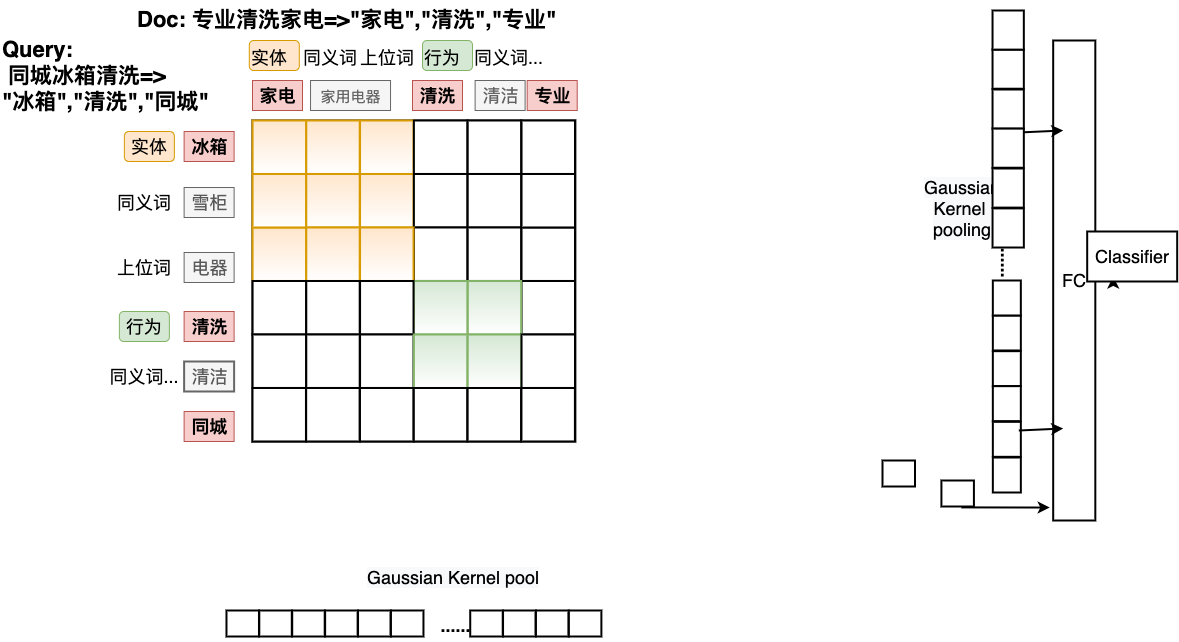
gouxute/leetcode keeps this draw.io diagram as Untitled Diagram.png. Above is the earlier version. Source tidied: cells renumbered, new cells last; positions are measured from the earlier drawing's top-left corner, leaving out a move shared by most shapes.
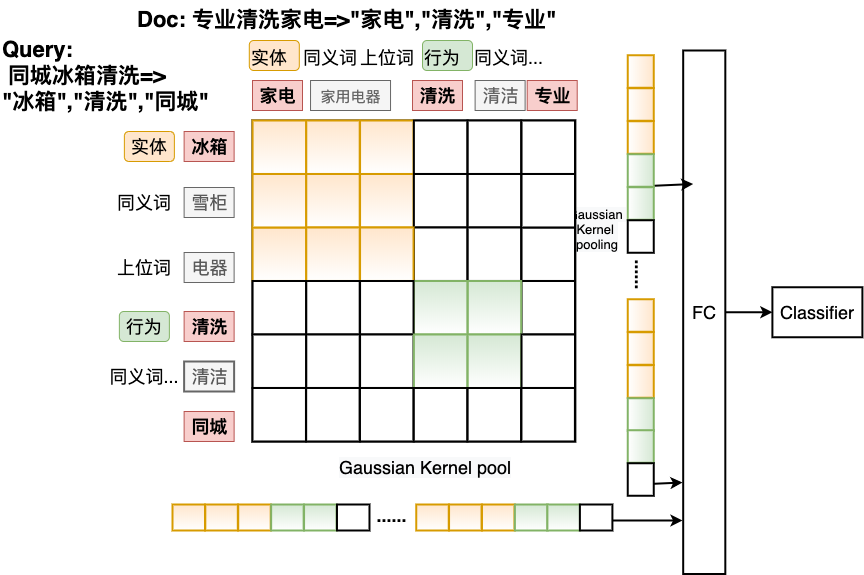
Above is the later version.

Diff of the diagram source:
```diff
@@ -68,19 +68,17 @@
     <mxCell id="23" value="&lt;div style=&quot;text-align: center ; font-size: 22px&quot;&gt;&lt;span style=&quot;font-size: 22px&quot;&gt;&lt;font face=&quot;helvetica&quot; style=&quot;font-size: 22px&quot;&gt;&lt;b style=&quot;font-size: 22px&quot;&gt;Doc: 专业清洗家电=&amp;gt;&quot;家电&quot;,&quot;清洗&quot;,&quot;专业&quot;&lt;/b&gt;&lt;/font&gt;&lt;/span&gt;&lt;/div&gt;" style="text;whiteSpace=wrap;html=1;fontSize=22;labelBackgroundColor=none;" parent="1" vertex="1">
       <mxGeometry x="134.9" width="440" height="30" as="geometry" />
     </mxCell>
-    <mxCell id="24" value="&lt;span style=&quot;color: rgb(0 , 0 , 0) ; font-family: &amp;#34;helvetica&amp;#34; ; font-size: 18px ; font-style: normal ; font-weight: 400 ; letter-spacing: normal ; text-indent: 0px ; text-transform: none ; word-spacing: 0px ; background-color: rgb(248 , 249 , 250) ; display: inline ; float: none&quot;&gt;Gaussian Kernel &lt;br&gt;pooling&lt;/span&gt;" style="text;whiteSpace=wrap;html=1;fontSize=18;align=center;" parent="1" vertex="1">
-      <mxGeometry x="896.7" y="170" width="130" height="40" as="geometry" />
+    <mxCell id="24" value="&lt;span style=&quot;color: rgb(0 , 0 , 0) ; font-family: &amp;#34;helvetica&amp;#34; ; font-size: 13px ; font-style: normal ; font-weight: 400 ; letter-spacing: normal ; text-indent: 0px ; text-transform: none ; word-spacing: 0px ; background-color: rgb(248 , 249 , 250) ; display: inline ; float: none&quot;&gt;Gaussian &lt;br&gt;Kernel &lt;br style=&quot;font-size: 13px&quot;&gt;pooling&lt;/span&gt;" style="text;whiteSpace=wrap;html=1;fontSize=13;align=center;" parent="1" vertex="1">
+      <mxGeometry x="552" y="200" width="90" height="40" as="geometry" />
     </mxCell>
-    <mxCell id="25" style="edgeStyle=orthogonalEdgeStyle;rounded=0;jettySize=auto;html=1;exitX=1;exitY=0.5;exitDx=0;exitDy=0;entryX=0;entryY=0.5;entryDx=0;entryDy=0;fontSize=18;strokeWidth=2;" parent="1" edge="1" source="26">
-      <mxGeometry relative="1" as="geometry">
-        <mxPoint x="1112.7" y="276" as="targetPoint" />
-      </mxGeometry>
+    <mxCell id="25" style="edgeStyle=orthogonalEdgeStyle;rounded=0;jettySize=auto;html=1;exitX=1;exitY=0.5;exitDx=0;exitDy=0;fontSize=18;strokeWidth=2;entryX=0;entryY=0.5;entryDx=0;entryDy=0;" parent="1" edge="1" source="26" target="27">
+      <mxGeometry relative="1" as="geometry" />
     </mxCell>
     <mxCell id="26" value="FC" style="whiteSpace=wrap;html=1;rounded=0;labelBackgroundColor=none;gradientColor=none;fontSize=18;align=center;glass=0;strokeWidth=2;" parent="1" vertex="1">
-      <mxGeometry x="1052.7" y="40" width="42.1" height="480" as="geometry" />
+      <mxGeometry x="682.7" y="50" width="42.1" height="523.5" as="geometry" />
     </mxCell>
     <mxCell id="27" value="Classifier" style="whiteSpace=wrap;html=1;rounded=0;glass=0;labelBackgroundColor=none;gradientColor=none;fontSize=18;align=center;strokeWidth=2;" parent="1" vertex="1">
-      <mxGeometry x="1086.7" y="231" width="90" height="50" as="geometry" />
+      <mxGeometry x="771.9" y="286.8" width="90" height="50" as="geometry" />
     </mxCell>
     <mxCell id="28" value="&lt;div style=&quot;text-align: justify ; font-size: 22px&quot;&gt;&lt;font face=&quot;helvetica&quot; style=&quot;font-size: 22px&quot;&gt;&lt;b style=&quot;font-size: 22px&quot;&gt;Query:&lt;/b&gt;&lt;/font&gt;&lt;/div&gt;&lt;div style=&quot;text-align: justify ; font-size: 22px&quot;&gt;&lt;font face=&quot;helvetica&quot; style=&quot;font-size: 22px&quot;&gt;&lt;b style=&quot;font-size: 22px&quot;&gt;&amp;nbsp;同城冰箱清洗=&amp;gt;&lt;/b&gt;&lt;/font&gt;&lt;b style=&quot;font-family: &amp;#34;helvetica&amp;#34;&quot;&gt;&amp;nbsp;&lt;/b&gt;&lt;/div&gt;&lt;div style=&quot;text-align: justify ; font-size: 22px&quot;&gt;&lt;b style=&quot;font-family: &amp;#34;helvetica&amp;#34;&quot;&gt;&quot;冰箱&quot;,&quot;清洗&quot;,&quot;&lt;/b&gt;&lt;b style=&quot;font-family: &amp;#34;helvetica&amp;#34;&quot;&gt;同城&lt;/b&gt;&lt;b style=&quot;font-family: &amp;#34;helvetica&amp;#34;&quot;&gt;&quot;&lt;/b&gt;&lt;/div&gt;" style="text;whiteSpace=wrap;html=1;fontSize=22;labelBackgroundColor=none;" parent="1" vertex="1">
       <mxGeometry x="-0.1" y="30" width="226.1" height="90" as="geometry" />
@@ -89,109 +87,26 @@
       <mxGeometry x="252" y="120" width="322.9" height="321" as="geometry" />
     </mxCell>
     <mxCell id="30" value="&lt;meta charset=&quot;utf-8&quot;&gt;&lt;span style=&quot;color: rgb(0, 0, 0); font-family: helvetica; font-size: 18px; font-style: normal; font-weight: 400; letter-spacing: normal; text-align: center; text-indent: 0px; text-transform: none; word-spacing: 0px; background-color: rgb(248, 249, 250); display: inline; float: none;&quot;&gt;Gaussian Kernel pool&lt;/span&gt;" style="text;whiteSpace=wrap;html=1;fontSize=18;strokeWidth=2;" parent="1" vertex="1">
-      <mxGeometry x="365" y="560" width="200" height="40" as="geometry" />
+      <mxGeometry x="337" y="450" width="200" height="40" as="geometry" />
     </mxCell>
-    <mxCell id="31" value="......" style="text;html=1;align=center;verticalAlign=middle;fontSize=18;fontStyle=1;rotation=90;strokeWidth=2;" parent="1" vertex="1">
-      <mxGeometry x="982.7" y="247" width="50" height="30" as="geometry" />
-    </mxCell>
-    <mxCell id="32" style="group;strokeWidth=2;" parent="1" vertex="1">
-      <mxGeometry x="992.1" y="10" width="31.3" height="237" as="geometry" />
-    </mxCell>
-    <mxCell id="33" style="whiteSpace=wrap;html=1;rotation=90;strokeWidth=2;" parent="32" vertex="1">
-      <mxGeometry x="-3.9" y="43" width="39.1" height="31.3" as="geometry" />
-    </mxCell>
-    <mxCell id="34" style="whiteSpace=wrap;html=1;rotation=90;strokeWidth=2;" parent="32" vertex="1">
-      <mxGeometry x="-3.9" y="82.9" width="39.1" height="31.3" as="geometry" />
-    </mxCell>
-    <mxCell id="35" style="whiteSpace=wrap;html=1;rotation=90;strokeWidth=2;" parent="32" vertex="1">
-      <mxGeometry x="-3.9" y="122" width="39.1" height="31.3" as="geometry" />
-    </mxCell>
-    <mxCell id="36" style="whiteSpace=wrap;html=1;rotation=90;strokeWidth=2;" parent="32" vertex="1">
-      <mxGeometry x="-3.9" y="161.9" width="39.1" height="31.3" as="geometry" />
-    </mxCell>
-    <mxCell id="37" style="whiteSpace=wrap;html=1;rotation=90;strokeWidth=2;" parent="32" vertex="1">
-      <mxGeometry x="-3.9" y="201.8" width="39.1" height="31.3" as="geometry" />
-    </mxCell>
-    <mxCell id="38" style="whiteSpace=wrap;html=1;rotation=90;strokeWidth=2;" parent="32" vertex="1">
-      <mxGeometry x="-3.9" y="3.9" width="39.1" height="31.3" as="geometry" />
-    </mxCell>
-    <mxCell id="39" style="group;strokeWidth=2;" parent="1" vertex="1">
-      <mxGeometry x="992.4" y="280" width="28" height="212" as="geometry" />
-    </mxCell>
-    <mxCell id="40" style="whiteSpace=wrap;html=1;rotation=90;strokeWidth=2;" parent="39" vertex="1">
-      <mxGeometry x="-3.5" y="38.5" width="35" height="28" as="geometry" />
-    </mxCell>
-    <mxCell id="41" style="whiteSpace=wrap;html=1;rotation=90;strokeWidth=2;" parent="39" vertex="1">
-      <mxGeometry x="-3.5" y="74.2" width="35" height="28" as="geometry" />
-    </mxCell>
-    <mxCell id="42" style="whiteSpace=wrap;html=1;rotation=90;strokeWidth=2;" parent="39" vertex="1">
-      <mxGeometry x="-3.5" y="109.1" width="35" height="28" as="geometry" />
-    </mxCell>
-    <mxCell id="43" style="whiteSpace=wrap;html=1;rotation=90;strokeWidth=2;" parent="39" vertex="1">
-      <mxGeometry x="-3.5" y="144.8" width="35" height="28" as="geometry" />
-    </mxCell>
-    <mxCell id="44" style="whiteSpace=wrap;html=1;rotation=90;strokeWidth=2;" parent="39" vertex="1">
-      <mxGeometry x="-3.5" y="180.5" width="35" height="28" as="geometry" />
-    </mxCell>
-    <mxCell id="45" style="whiteSpace=wrap;html=1;rotation=90;strokeWidth=2;" parent="39" vertex="1">
-      <mxGeometry x="-3.5" y="3.5" width="35" height="28" as="geometry" />
-    </mxCell>
     <mxCell id="46" style="endArrow=classic;html=1;fontSize=18;exitX=1;exitY=0.5;exitDx=0;exitDy=0;strokeWidth=2;" parent="1" edge="1">
-      <mxGeometry x="-916.6" y="712" as="geometry">
-        <mxPoint x="1018.4" y="430" as="sourcePoint" />
-        <mxPoint x="1062.7" y="428" as="targetPoint" />
+      <mxGeometry x="-1286.6" y="765.5" as="geometry">
+        <mxPoint x="648.4" y="483.5" as="sourcePoint" />
+        <mxPoint x="682" y="482" as="targetPoint" />
       </mxGeometry>
     </mxCell>
     <mxCell id="47" style="endArrow=classic;html=1;fontSize=18;exitX=1;exitY=0.5;exitDx=0;exitDy=0;strokeWidth=2;" parent="1" edge="1">
-      <mxGeometry x="-911.7" y="413.7" as="geometry">
-        <mxPoint x="1023.3" y="131.8" as="sourcePoint" />
-        <mxPoint x="1062.7" y="130" as="targetPoint" />
+      <mxGeometry x="-1281.7" y="467.2" as="geometry">
+        <mxPoint x="653.3" y="185.3" as="sourcePoint" />
+        <mxPoint x="692.7" y="183.5" as="targetPoint" />
       </mxGeometry>
     </mxCell>
-    <mxCell id="48" style="endArrow=classic;html=1;fontSize=18;exitX=1;exitY=0.5;exitDx=0;exitDy=0;entryX=-0.081;entryY=0.973;entryDx=0;entryDy=0;entryPerimeter=0;strokeWidth=2;" parent="1" edge="1" target="26">
-      <mxGeometry x="-974" y="788.9" as="geometry">
-        <mxPoint x="961" y="506.9" as="sourcePoint" />
+    <mxCell id="48" style="endArrow=classic;html=1;fontSize=18;strokeWidth=2;" parent="1" edge="1">
+      <mxGeometry x="-1304" y="822.4" as="geometry">
+        <mxPoint x="612" y="520" as="sourcePoint" />
+        <mxPoint x="682" y="520" as="targetPoint" />
       </mxGeometry>
     </mxCell>
-    <mxCell id="49" style="whiteSpace=wrap;html=1;strokeWidth=2;" parent="1" vertex="1">
-      <mxGeometry x="502.5" y="610" width="32.5" height="26" as="geometry" />
-    </mxCell>
-    <mxCell id="50" style="whiteSpace=wrap;html=1;strokeWidth=2;" parent="1" vertex="1">
-      <mxGeometry x="535.5" y="610" width="32.5" height="26" as="geometry" />
-    </mxCell>
-    <mxCell id="51" style="whiteSpace=wrap;html=1;strokeWidth=2;" parent="1" vertex="1">
-      <mxGeometry x="568.4" y="610" width="32.5" height="26" as="geometry" />
-    </mxCell>
-    <mxCell id="52" style="whiteSpace=wrap;html=1;strokeWidth=2;" parent="1" vertex="1">
-      <mxGeometry x="882" y="460" width="32.5" height="26" as="geometry" />
-    </mxCell>
-    <mxCell id="53" style="whiteSpace=wrap;html=1;strokeWidth=2;" parent="1" vertex="1">
-      <mxGeometry x="940.9" y="480" width="32.5" height="26" as="geometry" />
-    </mxCell>
-    <mxCell id="54" style="whiteSpace=wrap;html=1;strokeWidth=2;" parent="1" vertex="1">
-      <mxGeometry x="469.7" y="610" width="32.5" height="26" as="geometry" />
-    </mxCell>
-    <mxCell id="55" style="whiteSpace=wrap;html=1;strokeWidth=2;" parent="1" vertex="1">
-      <mxGeometry x="258.8" y="610" width="32.5" height="26" as="geometry" />
-    </mxCell>
-    <mxCell id="56" style="whiteSpace=wrap;html=1;strokeWidth=2;" parent="1" vertex="1">
-      <mxGeometry x="291.7" y="610" width="32.5" height="26" as="geometry" />
-    </mxCell>
-    <mxCell id="57" style="whiteSpace=wrap;html=1;strokeWidth=2;" parent="1" vertex="1">
-      <mxGeometry x="324.6" y="610" width="32.5" height="26" as="geometry" />
-    </mxCell>
-    <mxCell id="58" style="whiteSpace=wrap;html=1;strokeWidth=2;" parent="1" vertex="1">
-      <mxGeometry x="357.5" y="610" width="32.5" height="26" as="geometry" />
-    </mxCell>
-    <mxCell id="59" style="whiteSpace=wrap;html=1;strokeWidth=2;" parent="1" vertex="1">
-      <mxGeometry x="390.5" y="610" width="32.5" height="26" as="geometry" />
-    </mxCell>
-    <mxCell id="60" style="whiteSpace=wrap;html=1;strokeWidth=2;" parent="1" vertex="1">
-      <mxGeometry x="226" y="610" width="32.5" height="26" as="geometry" />
-    </mxCell>
-    <mxCell id="61" value="......" style="text;html=1;align=center;verticalAlign=middle;fontSize=18;fontStyle=1;strokeWidth=2;" parent="1" vertex="1">
-      <mxGeometry x="430.1" y="610" width="50" height="30" as="geometry" />
-    </mxCell>
     <mxCell id="62" style="whiteSpace=wrap;html=1;strokeWidth=2;fillColor=#ffe6cc;strokeColor=#d79b00;glass=0;gradientColor=#ffffff;" parent="1" vertex="1">
       <mxGeometry x="305.7" y="120" width="53.5" height="53.5" as="geometry" />
     </mxCell>
@@ -300,5 +215,89 @@
     <mxCell id="97" style="whiteSpace=wrap;html=1;strokeWidth=2;" parent="1" vertex="1">
       <mxGeometry x="252" y="387.5" width="53.5" height="53.5" as="geometry" />
     </mxCell>
+    <mxCell id="98" style="group;" parent="1" vertex="1">
+      <mxGeometry x="172" y="500" width="439.9" height="30" as="geometry" />
+    </mxCell>
+    <mxCell id="49" style="whiteSpace=wrap;html=1;strokeWidth=2;fillColor=#ffe6cc;strokeColor=#d79b00;gradientColor=#ffffff;" parent="98" vertex="1">
+      <mxGeometry x="276.6" y="4" width="32.5" height="26" as="geometry" />
+    </mxCell>
+    <mxCell id="50" style="whiteSpace=wrap;html=1;strokeWidth=2;fillColor=#ffe6cc;strokeColor=#d79b00;gradientColor=#ffffff;" parent="98" vertex="1">
+      <mxGeometry x="309.5" y="4" width="32.5" height="26" as="geometry" />
+    </mxCell>
+    <mxCell id="51" style="whiteSpace=wrap;html=1;strokeWidth=2;fillColor=#d5e8d4;strokeColor=#82b366;gradientColor=#ffffff;" parent="98" vertex="1">
+      <mxGeometry x="342.4" y="4" width="32.5" height="26" as="geometry" />
+    </mxCell>
+    <mxCell id="54" style="whiteSpace=wrap;html=1;strokeWidth=2;fillColor=#ffe6cc;strokeColor=#d79b00;gradientColor=#ffffff;" parent="98" vertex="1">
+      <mxGeometry x="243.7" y="4" width="32.5" height="26" as="geometry" />
+    </mxCell>
+    <mxCell id="55" style="whiteSpace=wrap;html=1;strokeWidth=2;fillColor=#ffe6cc;strokeColor=#d79b00;gradientColor=#ffffff;" parent="98" vertex="1">
+      <mxGeometry x="32.8" y="4" width="32.5" height="26" as="geometry" />
+    </mxCell>
+    <mxCell id="56" style="whiteSpace=wrap;html=1;strokeWidth=2;fillColor=#ffe6cc;strokeColor=#d79b00;gradientColor=#ffffff;" parent="98" vertex="1">
+      <mxGeometry x="65.7" y="4" width="32.5" height="26" as="geometry" />
+    </mxCell>
+    <mxCell id="57" style="whiteSpace=wrap;html=1;strokeWidth=2;fillColor=#d5e8d4;strokeColor=#82b366;gradientColor=#ffffff;" parent="98" vertex="1">
+      <mxGeometry x="98.6" y="4" width="32.5" height="26" as="geometry" />
+    </mxCell>
+    <mxCell id="58" style="whiteSpace=wrap;html=1;strokeWidth=2;fillColor=#d5e8d4;strokeColor=#82b366;gradientColor=#ffffff;" parent="98" vertex="1">
+      <mxGeometry x="131.6" y="4" width="32.5" height="26" as="geometry" />
+    </mxCell>
+    <mxCell id="59" style="whiteSpace=wrap;html=1;strokeWidth=2;" parent="98" vertex="1">
+      <mxGeometry x="164.5" y="4" width="32.5" height="26" as="geometry" />
+    </mxCell>
+    <mxCell id="60" style="whiteSpace=wrap;html=1;strokeWidth=2;fillColor=#ffe6cc;strokeColor=#d79b00;gradientColor=#ffffff;" parent="98" vertex="1">
+      <mxGeometry y="4" width="32.5" height="26" as="geometry" />
+    </mxCell>
+    <mxCell id="61" value="......" style="text;html=1;align=center;verticalAlign=middle;fontSize=18;fontStyle=1;strokeWidth=2;" parent="98" vertex="1">
+      <mxGeometry x="193.7" width="50" height="30" as="geometry" />
+    </mxCell>
+    <mxCell id="99" style="whiteSpace=wrap;html=1;strokeWidth=2;fillColor=#d5e8d4;strokeColor=#82b366;gradientColor=#ffffff;" parent="98" vertex="1">
+      <mxGeometry x="374.9" y="4" width="32.5" height="26" as="geometry" />
+    </mxCell>
+    <mxCell id="100" style="whiteSpace=wrap;html=1;strokeWidth=2;" parent="98" vertex="1">
+      <mxGeometry x="407.4" y="4" width="32.5" height="26" as="geometry" />
+    </mxCell>
+    <mxCell id="101" style="group;rotation=90;" parent="1" vertex="1">
+      <mxGeometry x="422" y="260" width="439.9" height="30" as="geometry" />
+    </mxCell>
+    <mxCell id="102" style="whiteSpace=wrap;html=1;strokeWidth=2;fillColor=#ffe6cc;strokeColor=#d79b00;gradientColor=#ffffff;rotation=90;" parent="101" vertex="1">
+      <mxGeometry x="202" y="75" width="32.5" height="26" as="geometry" />
+    </mxCell>
+    <mxCell id="103" style="whiteSpace=wrap;html=1;strokeWidth=2;fillColor=#ffe6cc;strokeColor=#d79b00;gradientColor=#ffffff;rotation=90;" parent="101" vertex="1">
+      <mxGeometry x="202" y="108" width="32.5" height="26" as="geometry" />
+    </mxCell>
+    <mxCell id="104" style="whiteSpace=wrap;html=1;strokeWidth=2;fillColor=#d5e8d4;strokeColor=#82b366;gradientColor=#ffffff;rotation=90;" parent="101" vertex="1">
+      <mxGeometry x="202" y="141" width="32.5" height="26" as="geometry" />
+    </mxCell>
+    <mxCell id="105" style="whiteSpace=wrap;html=1;strokeWidth=2;fillColor=#ffe6cc;strokeColor=#d79b00;gradientColor=#ffffff;rotation=90;" parent="101" vertex="1">
+      <mxGeometry x="202" y="42" width="32.5" height="26" as="geometry" />
+    </mxCell>
+    <mxCell id="106" style="whiteSpace=wrap;html=1;strokeWidth=2;fillColor=#ffe6cc;strokeColor=#d79b00;gradientColor=#ffffff;rotation=90;" parent="101" vertex="1">
+      <mxGeometry x="202" y="-169" width="32.5" height="26" as="geometry" />
+    </mxCell>
+    <mxCell id="107" style="whiteSpace=wrap;html=1;strokeWidth=2;fillColor=#ffe6cc;strokeColor=#d79b00;gradientColor=#ffffff;rotation=90;" parent="101" vertex="1">
+      <mxGeometry x="202" y="-136" width="32.5" height="26" as="geometry" />
+    </mxCell>
+    <mxCell id="108" style="whiteSpace=wrap;html=1;strokeWidth=2;fillColor=#d5e8d4;strokeColor=#82b366;gradientColor=#ffffff;rotation=90;" parent="101" vertex="1">
+      <mxGeometry x="202" y="-103" width="32.5" height="26" as="geometry" />
+    </mxCell>
+    <mxCell id="109" style="whiteSpace=wrap;html=1;strokeWidth=2;fillColor=#d5e8d4;strokeColor=#82b366;gradientColor=#ffffff;rotation=90;" parent="101" vertex="1">
+      <mxGeometry x="202" y="-70" width="32.5" height="26" as="geometry" />
+    </mxCell>
+    <mxCell id="110" style="whiteSpace=wrap;html=1;strokeWidth=2;rotation=90;" parent="101" vertex="1">
+      <mxGeometry x="202" y="-37" width="32.5" height="26" as="geometry" />
+    </mxCell>
+    <mxCell id="111" style="whiteSpace=wrap;html=1;strokeWidth=2;fillColor=#ffe6cc;strokeColor=#d79b00;gradientColor=#ffffff;rotation=90;" parent="101" vertex="1">
+      <mxGeometry x="202" y="-202" width="32.5" height="26" as="geometry" />
+    </mxCell>
+    <mxCell id="31" value="......" style="text;html=1;align=center;verticalAlign=middle;fontSize=18;fontStyle=1;strokeWidth=2;rotation=90;" parent="101" vertex="1">
+      <mxGeometry x="195" y="-1" width="50" height="30" as="geometry" />
+    </mxCell>
+    <mxCell id="112" style="whiteSpace=wrap;html=1;strokeWidth=2;fillColor=#d5e8d4;strokeColor=#82b366;gradientColor=#ffffff;rotation=90;" parent="101" vertex="1">
+      <mxGeometry x="202" y="173" width="32.5" height="26" as="geometry" />
+    </mxCell>
+    <mxCell id="113" style="whiteSpace=wrap;html=1;strokeWidth=2;rotation=90;" parent="101" vertex="1">
+      <mxGeometry x="202" y="206" width="32.5" height="26" as="geometry" />
+    </mxCell>
   </root>
 </mxGraphModel>
```
